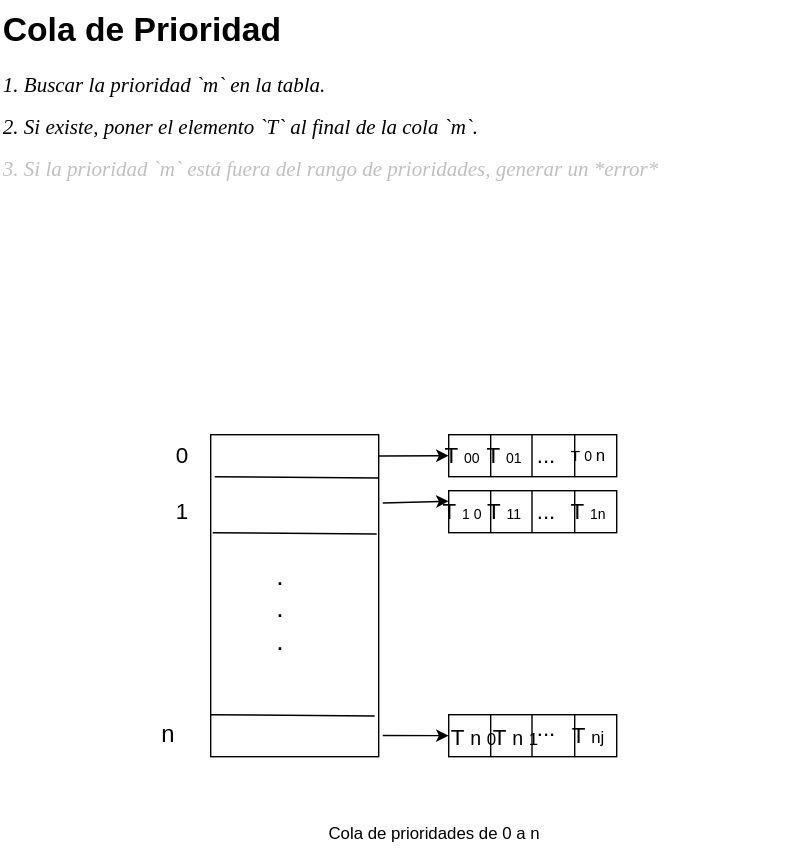
Nordcode-cyber/Algoritmos-Estructdatos keeps this draw.io diagram as Estructura-de-datos/Heap/Cola-prioridad/Cola-prioridad.drawio.svg. Above is the earlier version. Source tidied: cells renumbered, new cells last; positions are measured from the earlier drawing's top-left corner, leaving out a move shared by most shapes.
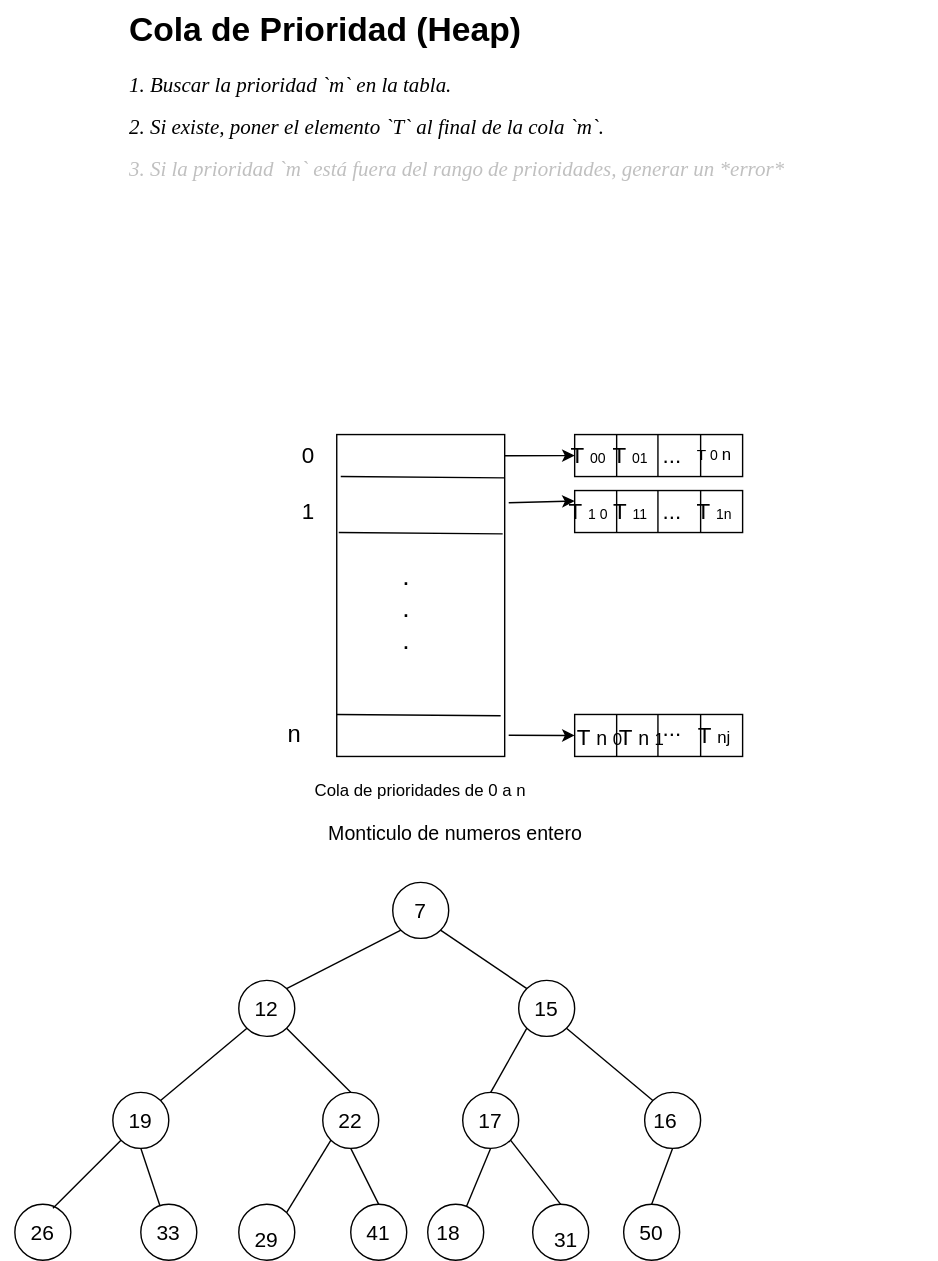
After the change.

Commit message:
heap how binary tree

The edit, as a diff of the source:
```diff
@@ -2,7 +2,7 @@
   <root>
     <mxCell id="0" />
     <mxCell id="1" parent="0" />
-    <mxCell id="2" value="&lt;h1 style=&quot;margin-top: 0px;&quot;&gt;Cola de Prioridad&lt;/h1&gt;&lt;p class=&quot;MsoNormal&quot;&gt;&lt;i&gt;&lt;span style=&quot;font-family:&amp;quot;Times New Roman&amp;quot;,serif;mso-ansi-language:ES&quot; lang=&quot;ES&quot;&gt;&lt;font style=&quot;font-size: 15px;&quot;&gt;1. Buscar la prioridad `m` en la tabla.&lt;/font&gt;&lt;/span&gt;&lt;/i&gt;&lt;/p&gt;&lt;p class=&quot;MsoNormal&quot;&gt;&lt;i&gt;&lt;span style=&quot;font-family:&amp;quot;Times New Roman&amp;quot;,serif;mso-ansi-language:ES&quot; lang=&quot;ES&quot;&gt;&lt;font style=&quot;font-size: 15px;&quot;&gt;2. Si existe, poner el elemento `T` al final de la cola `m`.&lt;/font&gt;&lt;/span&gt;&lt;/i&gt;&lt;/p&gt;&lt;p class=&quot;MsoNormal&quot;&gt;&lt;font style=&quot;font-size: 15px;&quot;&gt;&lt;i style=&quot;color: rgb(192, 192, 192); background-color: transparent;&quot;&gt;&lt;span style=&quot;font-family:&amp;quot;Times New Roman&amp;quot;,serif;mso-ansi-language:ES&quot; lang=&quot;ES&quot;&gt;3. Si la&amp;nbsp;&lt;/span&gt;&lt;/i&gt;&lt;i style=&quot;color: rgb(192, 192, 192); background-color: transparent;&quot;&gt;&lt;span style=&quot;font-family: &amp;quot;Times New Roman&amp;quot;, serif;&quot; lang=&quot;ES&quot;&gt;prioridad `m` está fuera del rango de prioridades, generar un *error*&lt;/span&gt;&lt;/i&gt;&lt;/font&gt;&lt;/p&gt;" style="text;html=1;whiteSpace=wrap;overflow=hidden;rounded=0;" parent="1" vertex="1">
+    <mxCell id="2" value="&lt;h1 style=&quot;margin-top: 0px;&quot;&gt;Cola de Prioridad (Heap)&lt;/h1&gt;&lt;p class=&quot;MsoNormal&quot;&gt;&lt;i&gt;&lt;span style=&quot;font-family:&amp;quot;Times New Roman&amp;quot;,serif;mso-ansi-language:ES&quot; lang=&quot;ES&quot;&gt;&lt;font style=&quot;font-size: 15px;&quot;&gt;1. Buscar la prioridad `m` en la tabla.&lt;/font&gt;&lt;/span&gt;&lt;/i&gt;&lt;/p&gt;&lt;p class=&quot;MsoNormal&quot;&gt;&lt;i&gt;&lt;span style=&quot;font-family:&amp;quot;Times New Roman&amp;quot;,serif;mso-ansi-language:ES&quot; lang=&quot;ES&quot;&gt;&lt;font style=&quot;font-size: 15px;&quot;&gt;2. Si existe, poner el elemento `T` al final de la cola `m`.&lt;/font&gt;&lt;/span&gt;&lt;/i&gt;&lt;/p&gt;&lt;p class=&quot;MsoNormal&quot;&gt;&lt;font style=&quot;font-size: 15px;&quot;&gt;&lt;i style=&quot;color: rgb(192, 192, 192); background-color: transparent;&quot;&gt;&lt;span style=&quot;font-family:&amp;quot;Times New Roman&amp;quot;,serif;mso-ansi-language:ES&quot; lang=&quot;ES&quot;&gt;3. Si la&amp;nbsp;&lt;/span&gt;&lt;/i&gt;&lt;i style=&quot;color: rgb(192, 192, 192); background-color: transparent;&quot;&gt;&lt;span style=&quot;font-family: &amp;quot;Times New Roman&amp;quot;, serif;&quot; lang=&quot;ES&quot;&gt;prioridad `m` está fuera del rango de prioridades, generar un *error*&lt;/span&gt;&lt;/i&gt;&lt;/font&gt;&lt;/p&gt;" style="text;html=1;whiteSpace=wrap;overflow=hidden;rounded=0;" parent="1" vertex="1">
       <mxGeometry width="580" height="180" as="geometry" />
     </mxCell>
     <mxCell id="3" style="rounded=0;whiteSpace=wrap;html=1;fillColor=none;" parent="1" vertex="1">
@@ -147,7 +147,133 @@
       <mxGeometry x="390" y="510" width="60" height="30" as="geometry" />
     </mxCell>
     <mxCell id="38" value="&lt;font style=&quot;color: light-dark(rgb(0, 0, 0), rgb(255, 0, 0));&quot;&gt;Cola de prioridades de 0 a n&lt;/font&gt;" style="text;html=1;align=center;verticalAlign=middle;whiteSpace=wrap;rounded=0;" parent="1" vertex="1">
-      <mxGeometry x="200" y="580" width="220" height="30" as="geometry" />
+      <mxGeometry x="100" y="550" width="220" height="30" as="geometry" />
     </mxCell>
+    <mxCell id="39" style="ellipse;whiteSpace=wrap;html=1;fillColor=none;" parent="1" vertex="1">
+      <mxGeometry x="190" y="630" width="40" height="40" as="geometry" />
+    </mxCell>
+    <mxCell id="40" value="&lt;font style=&quot;font-size: 14px; color: light-dark(rgb(0, 0, 0), rgb(0, 255, 128));&quot;&gt;Monticulo de numeros entero&lt;/font&gt;" style="text;html=1;align=center;verticalAlign=middle;whiteSpace=wrap;rounded=0;" parent="1" vertex="1">
+      <mxGeometry x="140" y="580" width="190" height="30" as="geometry" />
+    </mxCell>
+    <mxCell id="41" style="ellipse;whiteSpace=wrap;html=1;fillColor=none;" parent="1" vertex="1">
+      <mxGeometry x="80" y="700" width="40" height="40" as="geometry" />
+    </mxCell>
+    <mxCell id="42" style="ellipse;whiteSpace=wrap;html=1;fillColor=none;" parent="1" vertex="1">
+      <mxGeometry x="10" y="860" width="40" height="40" as="geometry" />
+    </mxCell>
+    <mxCell id="43" style="ellipse;whiteSpace=wrap;html=1;fillColor=none;" parent="1" vertex="1">
+      <mxGeometry x="-10" y="780" width="40" height="40" as="geometry" />
+    </mxCell>
+    <mxCell id="44" style="ellipse;whiteSpace=wrap;html=1;fillColor=none;" parent="1" vertex="1">
+      <mxGeometry x="140" y="780" width="40" height="40" as="geometry" />
+    </mxCell>
+    <mxCell id="45" style="ellipse;whiteSpace=wrap;html=1;fillColor=none;" parent="1" vertex="1">
+      <mxGeometry x="240" y="780" width="40" height="40" as="geometry" />
+    </mxCell>
+    <mxCell id="46" style="ellipse;whiteSpace=wrap;html=1;fillColor=none;" parent="1" vertex="1">
+      <mxGeometry x="370" y="780" width="40" height="40" as="geometry" />
+    </mxCell>
+    <mxCell id="47" style="ellipse;whiteSpace=wrap;html=1;fillColor=none;" parent="1" vertex="1">
+      <mxGeometry x="280" y="700" width="40" height="40" as="geometry" />
+    </mxCell>
+    <mxCell id="48" style="ellipse;whiteSpace=wrap;html=1;fillColor=none;" parent="1" vertex="1">
+      <mxGeometry x="-80" y="860" width="40" height="40" as="geometry" />
+    </mxCell>
+    <mxCell id="49" style="ellipse;whiteSpace=wrap;html=1;fillColor=none;" parent="1" vertex="1">
+      <mxGeometry x="80" y="860" width="40" height="40" as="geometry" />
+    </mxCell>
+    <mxCell id="50" style="ellipse;whiteSpace=wrap;html=1;fillColor=none;" parent="1" vertex="1">
+      <mxGeometry x="160" y="860" width="40" height="40" as="geometry" />
+    </mxCell>
+    <mxCell id="51" style="ellipse;whiteSpace=wrap;html=1;fillColor=none;" parent="1" vertex="1">
+      <mxGeometry x="215" y="860" width="40" height="40" as="geometry" />
+    </mxCell>
+    <mxCell id="52" style="ellipse;whiteSpace=wrap;html=1;fillColor=none;" parent="1" vertex="1">
+      <mxGeometry x="290" y="860" width="40" height="40" as="geometry" />
+    </mxCell>
+    <mxCell id="53" style="ellipse;whiteSpace=wrap;html=1;fillColor=none;" parent="1" vertex="1">
+      <mxGeometry x="355" y="860" width="40" height="40" as="geometry" />
+    </mxCell>
+    <mxCell id="54" style="endArrow=none;html=1;entryX=0;entryY=1;entryDx=0;entryDy=0;exitX=1;exitY=0;exitDx=0;exitDy=0;" parent="1" edge="1" source="41" target="39">
+      <mxGeometry relative="1" as="geometry" />
+    </mxCell>
+    <mxCell id="55" style="endArrow=none;html=1;entryX=1;entryY=1;entryDx=0;entryDy=0;exitX=0;exitY=0;exitDx=0;exitDy=0;" parent="1" edge="1" source="47" target="39">
+      <mxGeometry relative="1" as="geometry" />
+    </mxCell>
+    <mxCell id="56" style="endArrow=none;html=1;entryX=0;entryY=1;entryDx=0;entryDy=0;exitX=1;exitY=0;exitDx=0;exitDy=0;" parent="1" edge="1" source="43" target="41">
+      <mxGeometry relative="1" as="geometry" />
+    </mxCell>
+    <mxCell id="57" style="endArrow=none;html=1;entryX=1;entryY=1;entryDx=0;entryDy=0;exitX=0.5;exitY=0;exitDx=0;exitDy=0;" parent="1" edge="1" source="44" target="41">
+      <mxGeometry relative="1" as="geometry" />
+    </mxCell>
+    <mxCell id="58" style="endArrow=none;html=1;entryX=0;entryY=1;entryDx=0;entryDy=0;exitX=0.5;exitY=0;exitDx=0;exitDy=0;" parent="1" edge="1" source="45" target="47">
+      <mxGeometry relative="1" as="geometry" />
+    </mxCell>
+    <mxCell id="59" style="endArrow=none;html=1;entryX=1;entryY=1;entryDx=0;entryDy=0;exitX=0;exitY=0;exitDx=0;exitDy=0;" parent="1" edge="1" source="46" target="47">
+      <mxGeometry relative="1" as="geometry" />
+    </mxCell>
+    <mxCell id="60" style="endArrow=none;html=1;exitX=0.68;exitY=0.07;exitDx=0;exitDy=0;exitPerimeter=0;entryX=0;entryY=1;entryDx=0;entryDy=0;" parent="1" edge="1" source="48" target="43">
+      <mxGeometry relative="1" as="geometry" />
+    </mxCell>
+    <mxCell id="61" style="endArrow=none;html=1;entryX=0.5;entryY=1;entryDx=0;entryDy=0;" parent="1" edge="1" source="42" target="43">
+      <mxGeometry relative="1" as="geometry" />
+    </mxCell>
+    <mxCell id="62" style="endArrow=none;html=1;entryX=0;entryY=1;entryDx=0;entryDy=0;exitX=1;exitY=0;exitDx=0;exitDy=0;" parent="1" edge="1" source="49" target="44">
+      <mxGeometry relative="1" as="geometry" />
+    </mxCell>
+    <mxCell id="63" style="endArrow=none;html=1;exitX=0.5;exitY=0;exitDx=0;exitDy=0;entryX=0.5;entryY=1;entryDx=0;entryDy=0;" parent="1" edge="1" source="50" target="44">
+      <mxGeometry relative="1" as="geometry" />
+    </mxCell>
+    <mxCell id="64" style="endArrow=none;html=1;entryX=0.5;entryY=1;entryDx=0;entryDy=0;" parent="1" edge="1" source="51" target="45">
+      <mxGeometry relative="1" as="geometry" />
+    </mxCell>
+    <mxCell id="65" style="endArrow=none;html=1;exitX=0.5;exitY=0;exitDx=0;exitDy=0;entryX=1;entryY=1;entryDx=0;entryDy=0;" parent="1" edge="1" source="52" target="45">
+      <mxGeometry relative="1" as="geometry" />
+    </mxCell>
+    <mxCell id="66" style="endArrow=none;html=1;exitX=0.5;exitY=0;exitDx=0;exitDy=0;entryX=0.5;entryY=1;entryDx=0;entryDy=0;" parent="1" edge="1" source="53" target="46">
+      <mxGeometry relative="1" as="geometry" />
+    </mxCell>
+    <mxCell id="67" value="&lt;font style=&quot;font-size: 15px; color: light-dark(rgb(0, 0, 0), rgb(0, 255, 128));&quot;&gt;7&lt;/font&gt;" style="text;html=1;align=center;verticalAlign=middle;whiteSpace=wrap;rounded=0;" parent="1" vertex="1">
+      <mxGeometry x="180" y="635" width="60" height="30" as="geometry" />
+    </mxCell>
+    <mxCell id="68" value="&lt;font style=&quot;font-size: 15px; color: light-dark(rgb(0, 0, 0), rgb(0, 255, 128));&quot;&gt;12&lt;/font&gt;" style="text;html=1;align=center;verticalAlign=middle;whiteSpace=wrap;rounded=0;" parent="1" vertex="1">
+      <mxGeometry x="70" y="705" width="60" height="30" as="geometry" />
+    </mxCell>
+    <mxCell id="69" value="&lt;font style=&quot;font-size: 15px; color: light-dark(rgb(0, 0, 0), rgb(0, 255, 128));&quot;&gt;15&lt;/font&gt;" style="text;html=1;align=center;verticalAlign=middle;whiteSpace=wrap;rounded=0;" parent="1" vertex="1">
+      <mxGeometry x="270" y="705" width="60" height="30" as="geometry" />
+    </mxCell>
+    <mxCell id="70" value="&lt;font style=&quot;font-size: 15px; color: light-dark(rgb(0, 0, 0), rgb(0, 255, 128));&quot;&gt;19&lt;/font&gt;" style="text;html=1;align=center;verticalAlign=middle;whiteSpace=wrap;rounded=0;" parent="1" vertex="1">
+      <mxGeometry x="-20" y="785" width="60" height="30" as="geometry" />
+    </mxCell>
+    <mxCell id="71" value="&lt;font style=&quot;font-size: 15px; color: light-dark(rgb(0, 0, 0), rgb(0, 255, 128));&quot;&gt;22&lt;/font&gt;" style="text;html=1;align=center;verticalAlign=middle;whiteSpace=wrap;rounded=0;" parent="1" vertex="1">
+      <mxGeometry x="130" y="785" width="60" height="30" as="geometry" />
+    </mxCell>
+    <mxCell id="72" value="&lt;font style=&quot;font-size: 15px; color: light-dark(rgb(0, 0, 0), rgb(0, 255, 128));&quot;&gt;17&lt;/font&gt;" style="text;html=1;align=center;verticalAlign=middle;whiteSpace=wrap;rounded=0;" parent="1" vertex="1">
+      <mxGeometry x="230" y="785" width="60" height="30" as="geometry" />
+    </mxCell>
+    <mxCell id="73" value="&lt;font style=&quot;font-size: 15px; color: light-dark(rgb(0, 0, 0), rgb(0, 255, 128));&quot;&gt;16&lt;/font&gt;" style="text;html=1;align=center;verticalAlign=middle;whiteSpace=wrap;rounded=0;" parent="1" vertex="1">
+      <mxGeometry x="355" y="785" width="60" height="30" as="geometry" />
+    </mxCell>
+    <mxCell id="74" value="&lt;font style=&quot;font-size: 15px; color: light-dark(rgb(0, 0, 0), rgb(0, 255, 128));&quot;&gt;26&lt;/font&gt;" style="text;html=1;align=center;verticalAlign=middle;whiteSpace=wrap;rounded=0;" parent="1" vertex="1">
+      <mxGeometry x="-90" y="865" width="60" height="30" as="geometry" />
+    </mxCell>
+    <mxCell id="75" value="&lt;font style=&quot;font-size: 15px; color: light-dark(rgb(0, 0, 0), rgb(0, 255, 128));&quot;&gt;33&lt;/font&gt;" style="text;html=1;align=center;verticalAlign=middle;whiteSpace=wrap;rounded=0;" parent="1" vertex="1">
+      <mxGeometry y="865" width="60" height="30" as="geometry" />
+    </mxCell>
+    <mxCell id="76" value="&lt;font style=&quot;font-size: 15px; color: light-dark(rgb(0, 0, 0), rgb(0, 255, 128));&quot;&gt;29&lt;/font&gt;" style="text;html=1;align=center;verticalAlign=middle;whiteSpace=wrap;rounded=0;" parent="1" vertex="1">
+      <mxGeometry x="70" y="870" width="60" height="30" as="geometry" />
+    </mxCell>
+    <mxCell id="77" value="&lt;font style=&quot;font-size: 15px; color: light-dark(rgb(0, 0, 0), rgb(0, 255, 128));&quot;&gt;41&lt;/font&gt;" style="text;html=1;align=center;verticalAlign=middle;whiteSpace=wrap;rounded=0;" parent="1" vertex="1">
+      <mxGeometry x="150" y="865" width="60" height="30" as="geometry" />
+    </mxCell>
+    <mxCell id="78" value="&lt;font style=&quot;font-size: 15px; color: light-dark(rgb(0, 0, 0), rgb(0, 255, 128));&quot;&gt;18&lt;/font&gt;" style="text;html=1;align=center;verticalAlign=middle;whiteSpace=wrap;rounded=0;" parent="1" vertex="1">
+      <mxGeometry x="200" y="865" width="60" height="30" as="geometry" />
+    </mxCell>
+    <mxCell id="79" value="&lt;font style=&quot;font-size: 15px; color: light-dark(rgb(0, 0, 0), rgb(0, 255, 128));&quot;&gt;31&lt;/font&gt;" style="text;html=1;align=center;verticalAlign=middle;whiteSpace=wrap;rounded=0;" parent="1" vertex="1">
+      <mxGeometry x="284" y="870" width="60" height="30" as="geometry" />
+    </mxCell>
+    <mxCell id="80" value="&lt;font style=&quot;font-size: 15px; color: light-dark(rgb(0, 0, 0), rgb(0, 255, 128));&quot;&gt;50&lt;/font&gt;" style="text;html=1;align=center;verticalAlign=middle;whiteSpace=wrap;rounded=0;" parent="1" vertex="1">
+      <mxGeometry x="345" y="865" width="60" height="30" as="geometry" />
+    </mxCell>
   </root>
 </mxGraphModel>
```
